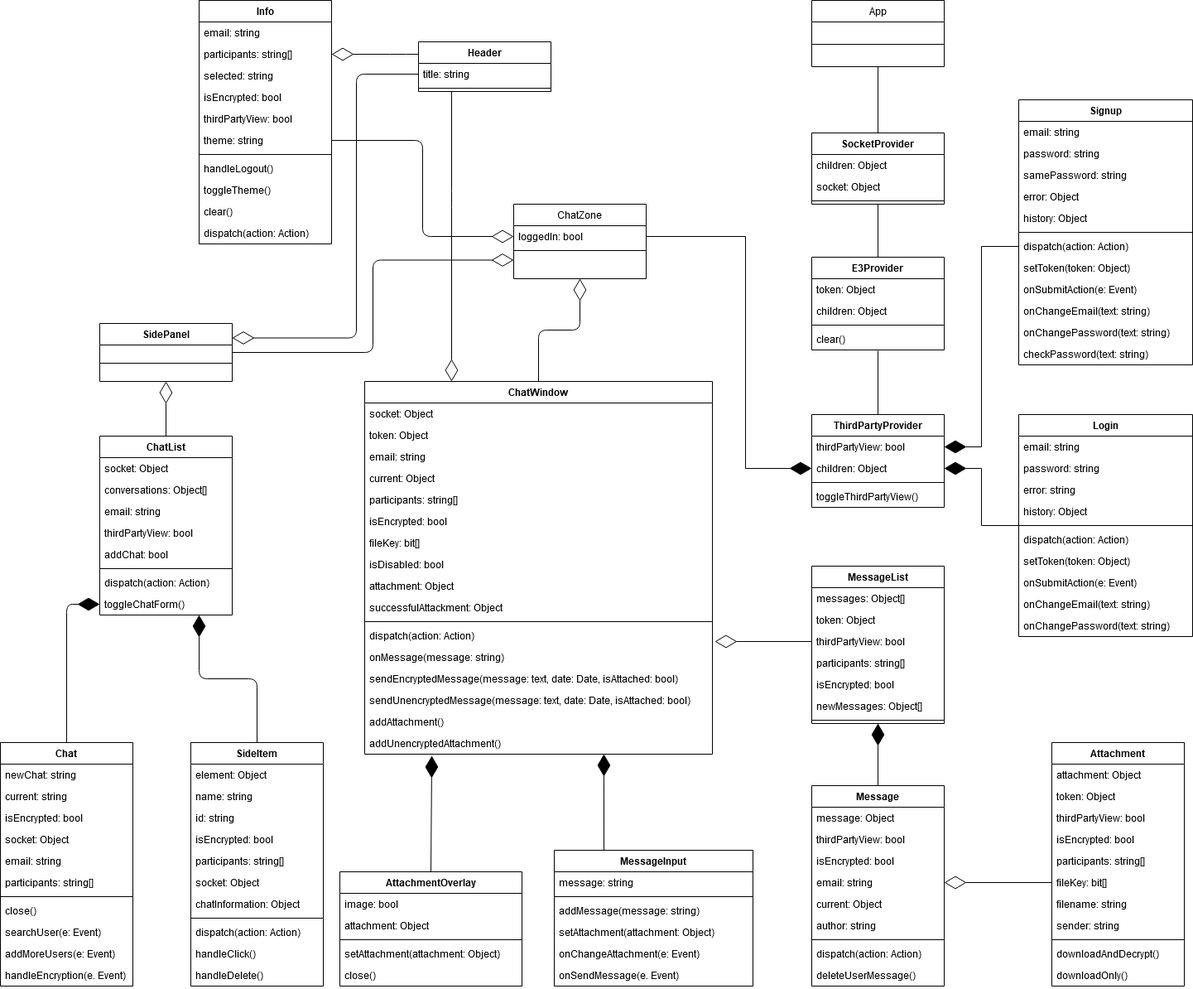
Above: Notes/Final/Media/Diagrams/class.png in m-daniela/chat-app (draw.io), before the change. Source tidied: cells renumbered, new cells last; positions are measured from the earlier drawing's top-left corner, leaving out a move shared by most shapes.
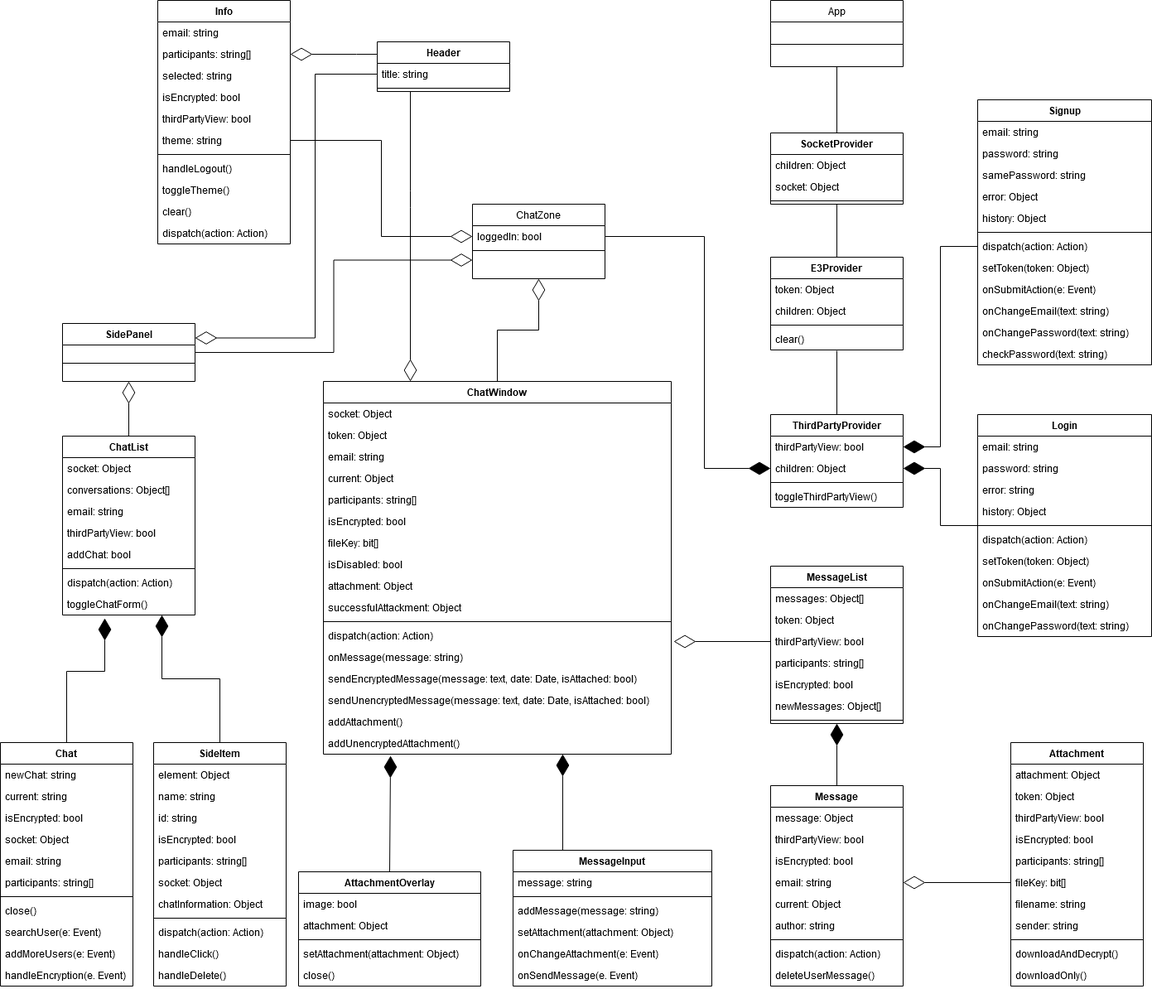
The same diagram one commit later.

Change to the diagram source:
```diff
@@ -150,13 +150,13 @@
       <mxGeometry y="52" width="160" height="8" as="geometry" />
     </mxCell>
     <mxCell id="51" value="SidePanel" style="swimlane;fontStyle=1;align=center;verticalAlign=top;horizontal=1;startSize=26;" parent="1" vertex="1">
-      <mxGeometry x="120" y="390" width="160" height="70" as="geometry" />
+      <mxGeometry x="125" y="390" width="160" height="70" as="geometry" />
     </mxCell>
     <mxCell id="52" style="line;strokeWidth=1;fillColor=none;align=left;verticalAlign=middle;spacingTop=-1;spacingLeft=3;spacingRight=3;labelPosition=right;" parent="51" vertex="1">
       <mxGeometry y="26" width="160" height="44" as="geometry" />
     </mxCell>
     <mxCell id="53" value="ChatList" style="swimlane;fontStyle=1;align=center;verticalAlign=top;horizontal=1;startSize=26;" parent="1" vertex="1">
-      <mxGeometry x="120" y="526" width="160" height="216" as="geometry" />
+      <mxGeometry x="125" y="526" width="160" height="216" as="geometry" />
     </mxCell>
     <mxCell id="54" value="socket: Object" style="text;strokeColor=none;fillColor=none;align=left;verticalAlign=top;spacingLeft=4;spacingRight=4;overflow=hidden;" parent="53" vertex="1">
       <mxGeometry y="26" width="160" height="26" as="geometry" />
@@ -210,7 +210,7 @@
       <mxGeometry y="86" width="160" height="26" as="geometry" />
     </mxCell>
     <mxCell id="71" value="Chat" style="swimlane;fontStyle=1;align=center;verticalAlign=top;horizontal=1;startSize=26;" parent="1" vertex="1">
-      <mxGeometry y="896" width="160" height="294" as="geometry" />
+      <mxGeometry x="50" y="896" width="160" height="294" as="geometry" />
     </mxCell>
     <mxCell id="72" value="newChat: string" style="text;strokeColor=none;fillColor=none;align=left;verticalAlign=top;spacingLeft=4;spacingRight=4;overflow=hidden;" parent="71" vertex="1">
       <mxGeometry y="26" width="160" height="26" as="geometry" />
@@ -246,7 +246,7 @@
       <mxGeometry y="268" width="160" height="26" as="geometry" />
     </mxCell>
     <mxCell id="83" value="SideItem" style="swimlane;fontStyle=1;align=center;verticalAlign=top;horizontal=1;startSize=26;" parent="1" vertex="1">
-      <mxGeometry x="230" y="896" width="160" height="294" as="geometry" />
+      <mxGeometry x="235" y="896" width="160" height="294" as="geometry" />
     </mxCell>
     <mxCell id="84" value="element: Object" style="text;strokeColor=none;fillColor=none;align=left;verticalAlign=top;spacingLeft=4;spacingRight=4;overflow=hidden;" parent="83" vertex="1">
       <mxGeometry y="26" width="160" height="26" as="geometry" />
@@ -487,19 +487,19 @@
         </Array>
       </mxGeometry>
     </mxCell>
-    <mxCell id="162" style="endArrow=diamondThin;endFill=0;endSize=24;html=1;exitX=1;exitY=0.5;exitDx=0;exitDy=0;entryX=0;entryY=0.5;entryDx=0;entryDy=0;edgeStyle=orthogonalEdgeStyle;" parent="1" edge="1" source="42" target="5">
+    <mxCell id="162" style="endArrow=diamondThin;endFill=0;endSize=24;html=1;exitX=1;exitY=0.5;exitDx=0;exitDy=0;entryX=0;entryY=0.5;entryDx=0;entryDy=0;edgeStyle=orthogonalEdgeStyle;rounded=0;" parent="1" edge="1" source="42" target="5">
       <mxGeometry relative="1" as="geometry" />
     </mxCell>
-    <mxCell id="163" style="endArrow=diamondThin;endFill=0;endSize=24;html=1;entryX=0;entryY=0.75;entryDx=0;entryDy=0;exitX=1;exitY=0.5;exitDx=0;exitDy=0;edgeStyle=orthogonalEdgeStyle;" parent="1" edge="1" source="51" target="4">
+    <mxCell id="163" style="endArrow=diamondThin;endFill=0;endSize=24;html=1;entryX=0;entryY=0.75;entryDx=0;entryDy=0;exitX=1;exitY=0.5;exitDx=0;exitDy=0;edgeStyle=orthogonalEdgeStyle;rounded=0;" parent="1" edge="1" source="51" target="4">
       <mxGeometry relative="1" as="geometry" />
     </mxCell>
-    <mxCell id="164" style="endArrow=diamondThin;endFill=0;endSize=24;html=1;entryX=0.5;entryY=1;entryDx=0;entryDy=0;exitX=0.5;exitY=0;exitDx=0;exitDy=0;edgeStyle=orthogonalEdgeStyle;" parent="1" edge="1" source="95" target="4">
+    <mxCell id="164" style="endArrow=diamondThin;endFill=0;endSize=24;html=1;entryX=0.5;entryY=1;entryDx=0;entryDy=0;exitX=0.5;exitY=0;exitDx=0;exitDy=0;edgeStyle=orthogonalEdgeStyle;rounded=0;" parent="1" edge="1" source="95" target="4">
       <mxGeometry relative="1" as="geometry" />
     </mxCell>
     <mxCell id="165" style="endArrow=diamondThin;endFill=0;endSize=24;html=1;entryX=0.5;entryY=1;entryDx=0;entryDy=0;exitX=0.5;exitY=0;exitDx=0;exitDy=0;" parent="1" edge="1" source="53" target="51">
       <mxGeometry relative="1" as="geometry" />
     </mxCell>
-    <mxCell id="166" style="endArrow=diamondThin;endFill=0;endSize=24;html=1;entryX=1;entryY=0.25;entryDx=0;entryDy=0;exitX=0;exitY=0.5;exitDx=0;exitDy=0;edgeStyle=orthogonalEdgeStyle;" parent="1" edge="1" source="49" target="51">
+    <mxCell id="166" style="endArrow=diamondThin;endFill=0;endSize=24;html=1;entryX=1;entryY=0.25;entryDx=0;entryDy=0;exitX=0;exitY=0.5;exitDx=0;exitDy=0;edgeStyle=orthogonalEdgeStyle;rounded=0;" parent="1" edge="1" source="49" target="51">
       <mxGeometry relative="1" as="geometry">
         <Array as="points">
           <mxPoint x="430" y="89" />
@@ -507,7 +507,7 @@
         </Array>
       </mxGeometry>
     </mxCell>
-    <mxCell id="167" style="endArrow=diamondThin;endFill=0;endSize=24;html=1;entryX=1;entryY=0.5;entryDx=0;entryDy=0;exitX=0;exitY=0.25;exitDx=0;exitDy=0;edgeStyle=orthogonalEdgeStyle;" parent="1" edge="1" source="48" target="38">
+    <mxCell id="167" style="endArrow=diamondThin;endFill=0;endSize=24;html=1;entryX=1;entryY=0.5;entryDx=0;entryDy=0;exitX=0;exitY=0.25;exitDx=0;exitDy=0;edgeStyle=orthogonalEdgeStyle;rounded=0;" parent="1" edge="1" source="48" target="38">
       <mxGeometry relative="1" as="geometry">
         <Array as="points">
           <mxPoint x="480" y="65" />
@@ -523,10 +523,15 @@
         </Array>
       </mxGeometry>
     </mxCell>
-    <mxCell id="169" style="endArrow=diamondThin;endFill=1;endSize=24;html=1;exitX=0.5;exitY=0;exitDx=0;exitDy=0;entryX=0;entryY=0.5;entryDx=0;entryDy=0;edgeStyle=orthogonalEdgeStyle;" parent="1" edge="1" source="71" target="61">
-      <mxGeometry relative="1" as="geometry" />
+    <mxCell id="169" style="endArrow=diamondThin;endFill=1;endSize=24;html=1;exitX=0.5;exitY=0;exitDx=0;exitDy=0;edgeStyle=orthogonalEdgeStyle;rounded=0;entryX=0.319;entryY=1.154;entryDx=0;entryDy=0;entryPerimeter=0;" parent="1" edge="1" source="71" target="61">
+      <mxGeometry relative="1" as="geometry">
+        <Array as="points">
+          <mxPoint x="130" y="810" />
+          <mxPoint x="176" y="810" />
+        </Array>
+      </mxGeometry>
     </mxCell>
-    <mxCell id="170" style="endArrow=diamondThin;endFill=1;endSize=24;html=1;entryX=0.75;entryY=1;entryDx=0;entryDy=0;exitX=0.5;exitY=0;exitDx=0;exitDy=0;edgeStyle=orthogonalEdgeStyle;" parent="1" edge="1" source="83" target="53">
+    <mxCell id="170" style="endArrow=diamondThin;endFill=1;endSize=24;html=1;entryX=0.75;entryY=1;entryDx=0;entryDy=0;exitX=0.5;exitY=0;exitDx=0;exitDy=0;edgeStyle=orthogonalEdgeStyle;rounded=0;" parent="1" edge="1" source="83" target="53">
       <mxGeometry relative="1" as="geometry" />
     </mxCell>
     <mxCell id="171" style="endArrow=diamondThin;endFill=1;endSize=24;html=1;entryX=0.193;entryY=1.077;entryDx=0;entryDy=0;entryPerimeter=0;exitX=0.5;exitY=0;exitDx=0;exitDy=0;" parent="1" edge="1" source="113" target="112">
```
